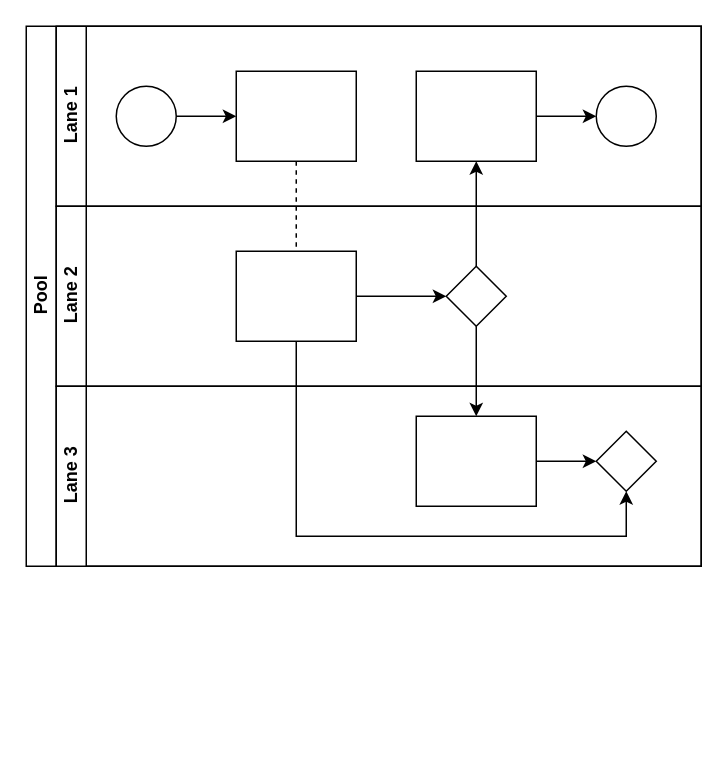
csroderek/drawio keeps this draw.io diagram as 电气箱生产流程图.drawio. Above is the earlier version. Source tidied: cells renumbered, new cells numbered last; positions are measured from the earlier drawing's top-left corner, leaving out a move shared by most shapes. Both pictures are drawn from the tidied source at 150%, with x=0, y=0 at pixel (26, 26).
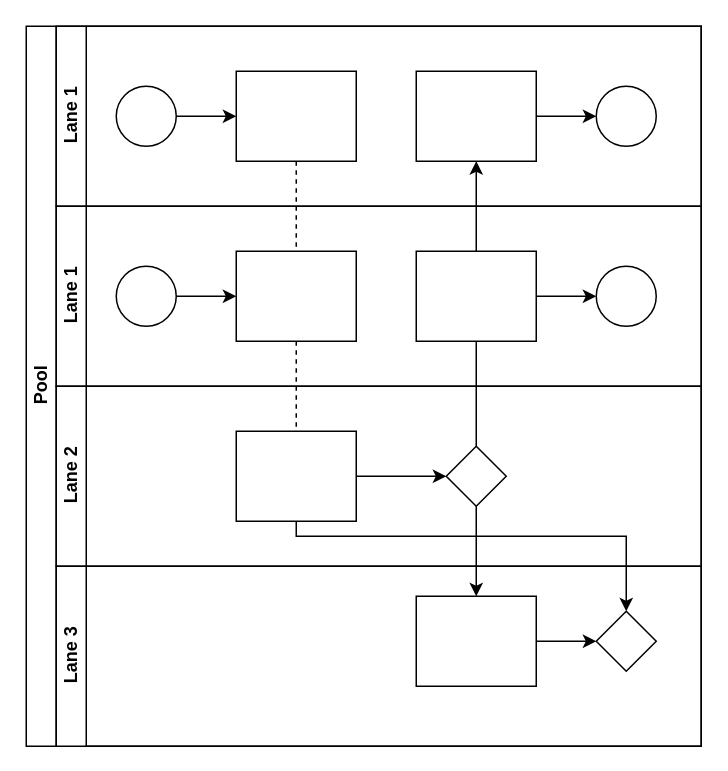
The same diagram, later.

Commit message:
更新电气箱生产流程图.drawio

Diff of the diagram source:
```diff
@@
     <mxCell id="2" value="Pool" style="swimlane;html=1;horizontal=0;startSize=20;" parent="1" vertex="1">
-      <mxGeometry width="450" height="360" as="geometry" />
+      <mxGeometry width="450" height="480" as="geometry" />
     </mxCell>
@@
+    <mxCell id="22" value="Lane 1" style="swimlane;html=1;startSize=20;horizontal=0;" parent="2" vertex="1">
+      <mxGeometry x="20" y="120" width="430" height="120" as="geometry" />
+    </mxCell>
+    <mxCell id="23" style="edgeStyle=orthogonalEdgeStyle;rounded=0;jettySize=auto;html=1;" parent="22" edge="1" source="24" target="25">
+      <mxGeometry relative="1" as="geometry" />
+    </mxCell>
+    <mxCell id="24" style="ellipse;whiteSpace=wrap;html=1;" parent="22" vertex="1">
+      <mxGeometry x="40" y="40" width="40" height="40" as="geometry" />
+    </mxCell>
+    <mxCell id="25" style="rounded=0;whiteSpace=wrap;html=1;fontFamily=Helvetica;fontSize=12;fontColor=#000000;align=center;" parent="22" vertex="1">
+      <mxGeometry x="120" y="30" width="80" height="60" as="geometry" />
+    </mxCell>
+    <mxCell id="26" style="edgeStyle=orthogonalEdgeStyle;rounded=0;jettySize=auto;html=1;endArrow=classic;endFill=1;" parent="22" edge="1" source="27" target="28">
+      <mxGeometry relative="1" as="geometry" />
+    </mxCell>
+    <mxCell id="27" style="rounded=0;whiteSpace=wrap;html=1;fontFamily=Helvetica;fontSize=12;fontColor=#000000;align=center;" parent="22" vertex="1">
+      <mxGeometry x="240" y="30" width="80" height="60" as="geometry" />
+    </mxCell>
+    <mxCell id="28" style="ellipse;whiteSpace=wrap;html=1;" parent="22" vertex="1">
+      <mxGeometry x="360" y="40" width="40" height="40" as="geometry" />
+    </mxCell>
     <mxCell id="14" value="Lane 2" style="swimlane;html=1;startSize=20;horizontal=0;" parent="2" vertex="1">
-      <mxGeometry x="20" y="120" width="430" height="120" as="geometry" />
+      <mxGeometry x="20" y="240" width="430" height="120" as="geometry" />
     </mxCell>
@@
     <mxCell id="18" value="Lane 3" style="swimlane;html=1;startSize=20;horizontal=0;" parent="2" vertex="1">
-      <mxGeometry x="20" y="240" width="430" height="120" as="geometry" />
+      <mxGeometry x="20" y="360" width="430" height="120" as="geometry" />
     </mxCell>
```
